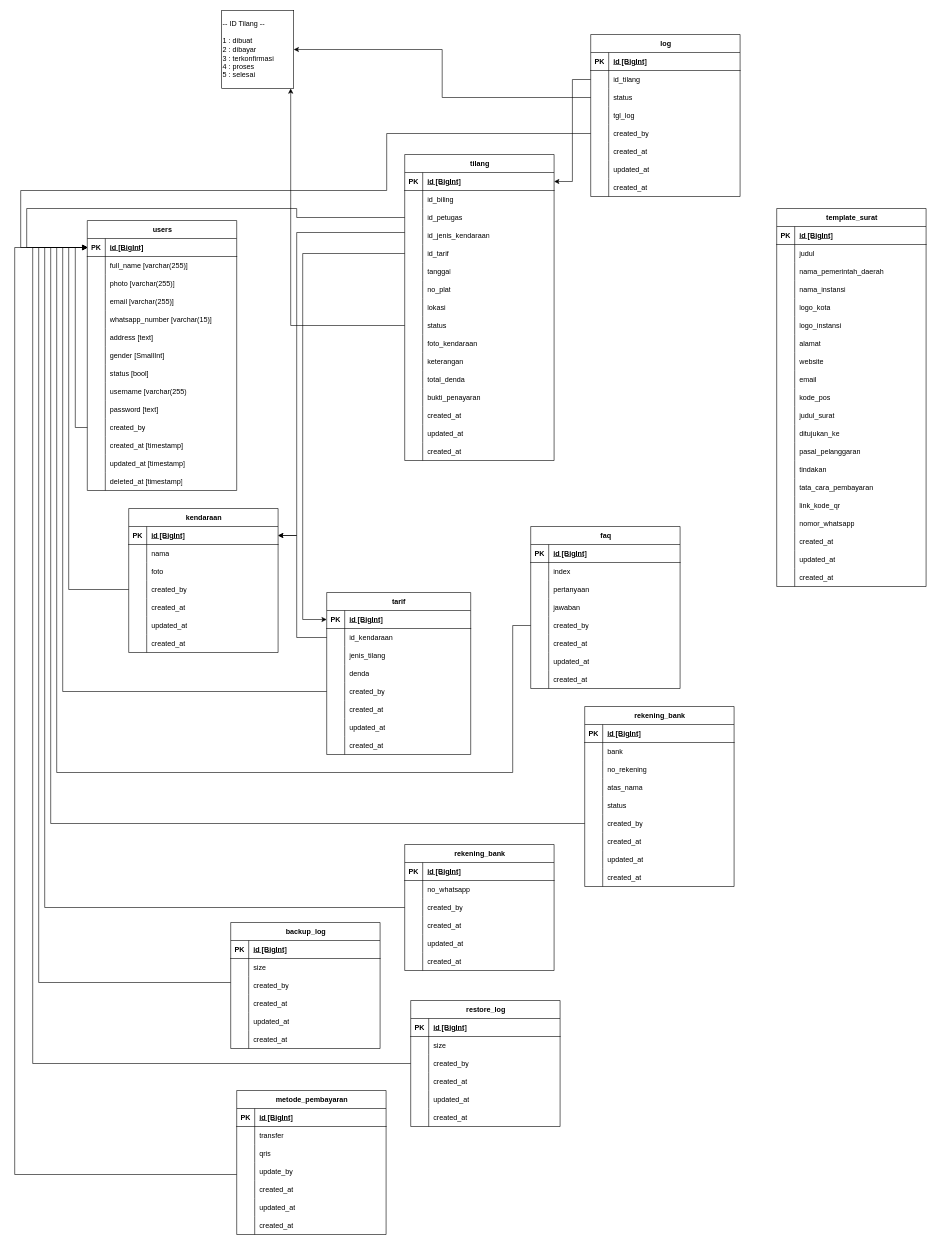
Before: Gembok Fun Teknologi.drawio in rezalmp7/dbms_gembok, a draw.io diagram. Source tidied: cells renumbered, new cells numbered last; positions are measured from the earlier drawing's top-left corner, leaving out a move shared by most shapes. Both pictures are drawn from the tidied source at 60%, with x=0, y=0 at pixel (14, 10).
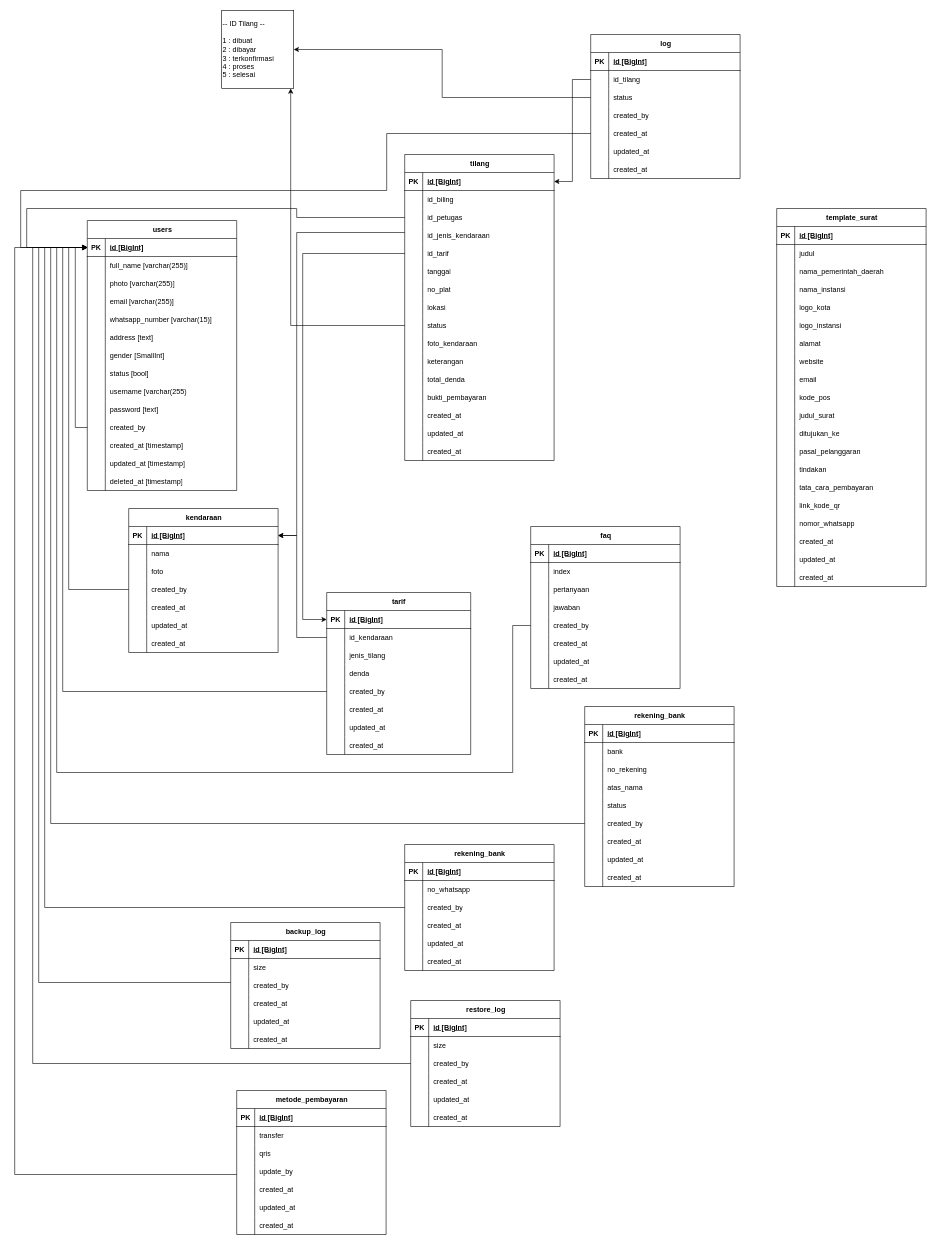
Above is the later version.

The change refers to these unchanged cells:
```xml
<mxCell id="3" style="shape=tableRow;horizontal=0;startSize=0;swimlaneHead=0;swimlaneBody=0;fillColor=none;points=[[0,0.5],[1,0.5]];portConstraint=eastwest;top=0;left=0;right=0;bottom=1;" parent="2" vertex="1">
  <mxGeometry y="30" width="249" height="30" as="geometry" />
</mxCell>
<mxCell id="215" style="shape=tableRow;horizontal=0;startSize=0;swimlaneHead=0;swimlaneBody=0;fillColor=none;top=0;left=0;right=0;bottom=0;" parent="178" vertex="1">
  <mxGeometry y="390" width="249" height="30" as="geometry" />
</mxCell>
```

What changed in the source:
```diff
@@
-    <mxCell id="217" value="bukti_penayaran" style="shape=partialRectangle;fillColor=none;top=0;left=0;bottom=0;right=0;align=left;spacingLeft=6;overflow=hidden;whiteSpace=wrap;html=1;" parent="215" vertex="1">
+    <mxCell id="217" value="bukti_pembayaran" style="shape=partialRectangle;fillColor=none;top=0;left=0;bottom=0;right=0;align=left;spacingLeft=6;overflow=hidden;whiteSpace=wrap;html=1;" parent="215" vertex="1">
       <mxGeometry x="30" width="219" height="30" as="geometry" />
     </mxCell>
@@
     <mxCell id="228" value="log" style="shape=table;startSize=30;childLayout=tableLayout;rowLines=0;fontStyle=1;align=center;html=1;" parent="1" vertex="1">
-      <mxGeometry x="960" y="40" width="249" height="270" as="geometry" />
+      <mxGeometry x="960" y="40" width="249" height="240" as="geometry" />
     </mxCell>
@@
-    <mxCell id="238" style="shape=tableRow;horizontal=0;startSize=0;swimlaneHead=0;swimlaneBody=0;fillColor=none;top=0;left=0;right=0;bottom=0;" parent="228" vertex="1">
-      <mxGeometry y="120" width="249" height="30" as="geometry" />
-    </mxCell>
-    <mxCell id="239" style="shape=partialRectangle;fillColor=none;top=0;left=0;bottom=0;right=0;overflow=hidden;whiteSpace=wrap;html=1;" parent="238" vertex="1">
-      <mxGeometry width="30" height="30" as="geometry" />
-    </mxCell>
-    <mxCell id="240" value="tgl_log" style="shape=partialRectangle;fillColor=none;top=0;left=0;bottom=0;right=0;align=left;spacingLeft=6;overflow=hidden;whiteSpace=wrap;html=1;" parent="238" vertex="1">
-      <mxGeometry x="30" width="219" height="30" as="geometry" />
-    </mxCell>
     <mxCell id="241" style="shape=tableRow;horizontal=0;startSize=0;swimlaneHead=0;swimlaneBody=0;fillColor=none;points=[[0,0.5],[1,0.5]];portConstraint=eastwest;top=0;left=0;right=0;bottom=0;" parent="228" vertex="1">
-      <mxGeometry y="150" width="249" height="30" as="geometry" />
+      <mxGeometry y="120" width="249" height="30" as="geometry" />
     </mxCell>
@@
     <mxCell id="244" style="shape=tableRow;horizontal=0;startSize=0;swimlaneHead=0;swimlaneBody=0;fillColor=none;points=[[0,0.5],[1,0.5]];portConstraint=eastwest;top=0;left=0;right=0;bottom=0;" parent="228" vertex="1">
-      <mxGeometry y="180" width="249" height="30" as="geometry" />
+      <mxGeometry y="150" width="249" height="30" as="geometry" />
     </mxCell>
@@
     <mxCell id="247" style="shape=tableRow;horizontal=0;startSize=0;swimlaneHead=0;swimlaneBody=0;fillColor=none;top=0;left=0;right=0;bottom=0;" parent="228" vertex="1">
-      <mxGeometry y="210" width="249" height="30" as="geometry" />
+      <mxGeometry y="180" width="249" height="30" as="geometry" />
     </mxCell>
@@
     <mxCell id="250" style="shape=tableRow;horizontal=0;startSize=0;swimlaneHead=0;swimlaneBody=0;fillColor=none;top=0;left=0;right=0;bottom=0;" parent="228" vertex="1">
-      <mxGeometry y="240" width="249" height="30" as="geometry" />
+      <mxGeometry y="210" width="249" height="30" as="geometry" />
     </mxCell>
@@
-    <mxCell id="260" style="edgeStyle=orthogonalEdgeStyle;rounded=0;jettySize=auto;html=1;" parent="1" edge="1" source="241" target="3">
+    <mxCell id="260" style="edgeStyle=orthogonalEdgeStyle;rounded=0;jettySize=auto;html=1;exitX=0;exitY=0.5;exitDx=0;exitDy=0;" parent="1" edge="1" source="244" target="3">
       <mxGeometry relative="1" as="geometry">
         <Array as="points">
           <mxPoint x="620" y="205" />
           <mxPoint x="620" y="300" />
           <mxPoint x="10" y="300" />
           <mxPoint x="10" y="395" />
         </Array>
       </mxGeometry>
     </mxCell>
```
